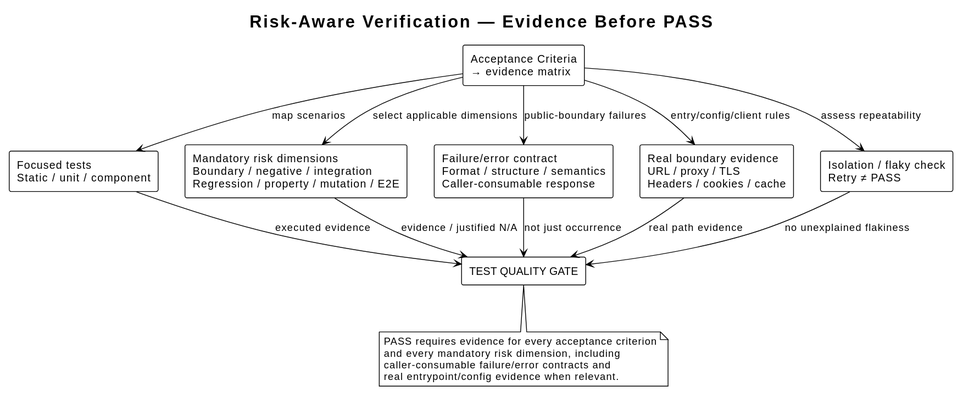
The PlantUML diagram docs/diagrams/test-quality-gate.svg in i-zrhe2016/codex-development-workflow, before a commit.
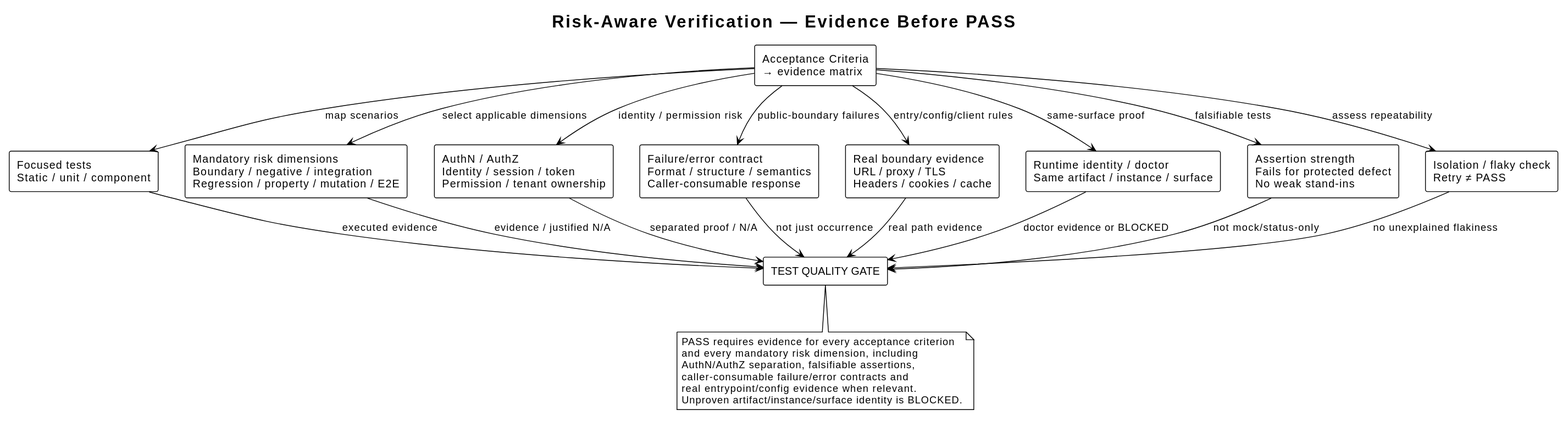
The same file after the commit.

Diff of the diagram source:
```diff
@@ -9,26 +9,37 @@
 rectangle "Acceptance Criteria\n→ evidence matrix" as acceptance
 rectangle "Focused tests\nStatic / unit / component" as focused
 rectangle "Mandatory risk dimensions\nBoundary / negative / integration\nRegression / property / mutation / E2E" as risk
+rectangle "AuthN / AuthZ\nIdentity / session / token\nPermission / tenant ownership" as auth
 rectangle "Failure/error contract\nFormat / structure / semantics\nCaller-consumable response" as failure_contract
 rectangle "Real boundary evidence\nURL / proxy / TLS\nHeaders / cookies / cache" as real_boundary
+rectangle "Runtime identity / doctor\nSame artifact / instance / surface" as runtime
+rectangle "Assertion strength\nFails for protected defect\nNo weak stand-ins" as assertion_strength
 rectangle "Isolation / flaky check\nRetry ≠ PASS" as isolation
 rectangle "TEST QUALITY GATE" as gate
 
 acceptance --> focused : map scenarios
 acceptance --> risk : select applicable dimensions
+acceptance --> auth : identity / permission risk
 acceptance --> failure_contract : public-boundary failures
 acceptance --> real_boundary : entry/config/client rules
+acceptance --> runtime : same-surface proof
+acceptance --> assertion_strength : falsifiable tests
 acceptance --> isolation : assess repeatability
 focused --> gate : executed evidence
 risk --> gate : evidence / justified N/A
+auth --> gate : separated proof / N/A
 failure_contract --> gate : not just occurrence
 real_boundary --> gate : real path evidence
+runtime --> gate : doctor evidence or BLOCKED
+assertion_strength --> gate : not mock/status-only
 isolation --> gate : no unexplained flakiness
 
 note bottom of gate
   PASS requires evidence for every acceptance criterion
   and every mandatory risk dimension, including
+  AuthN/AuthZ separation, falsifiable assertions,
   caller-consumable failure/error contracts and
   real entrypoint/config evidence when relevant.
+  Unproven artifact/instance/surface identity is BLOCKED.
 end note
 @enduml
```
